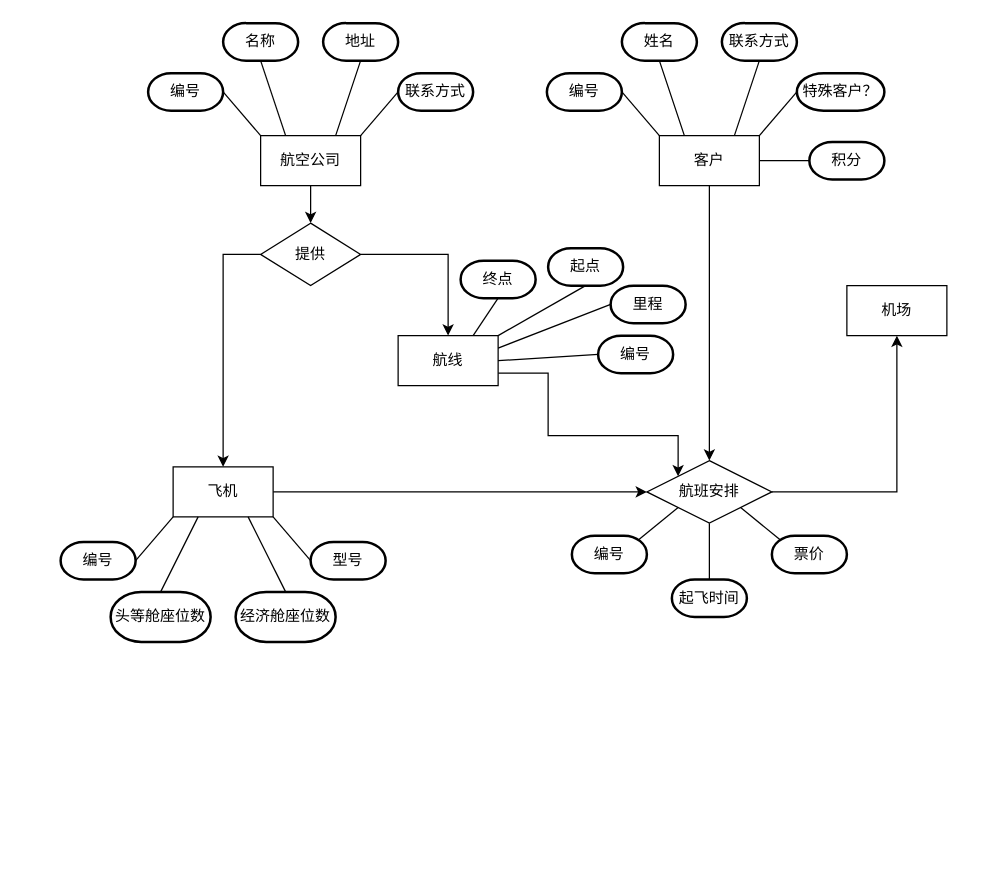
Above: Untitled Diagram.drawio in Geyiqing/hello-world (draw.io), before the change. Source tidied: cells renumbered, new cells numbered last; positions are measured from the earlier drawing's top-left corner, leaving out a move shared by most shapes. Both pictures are drawn from the tidied source at 125%, with x=0, y=0 at pixel (60, 22).
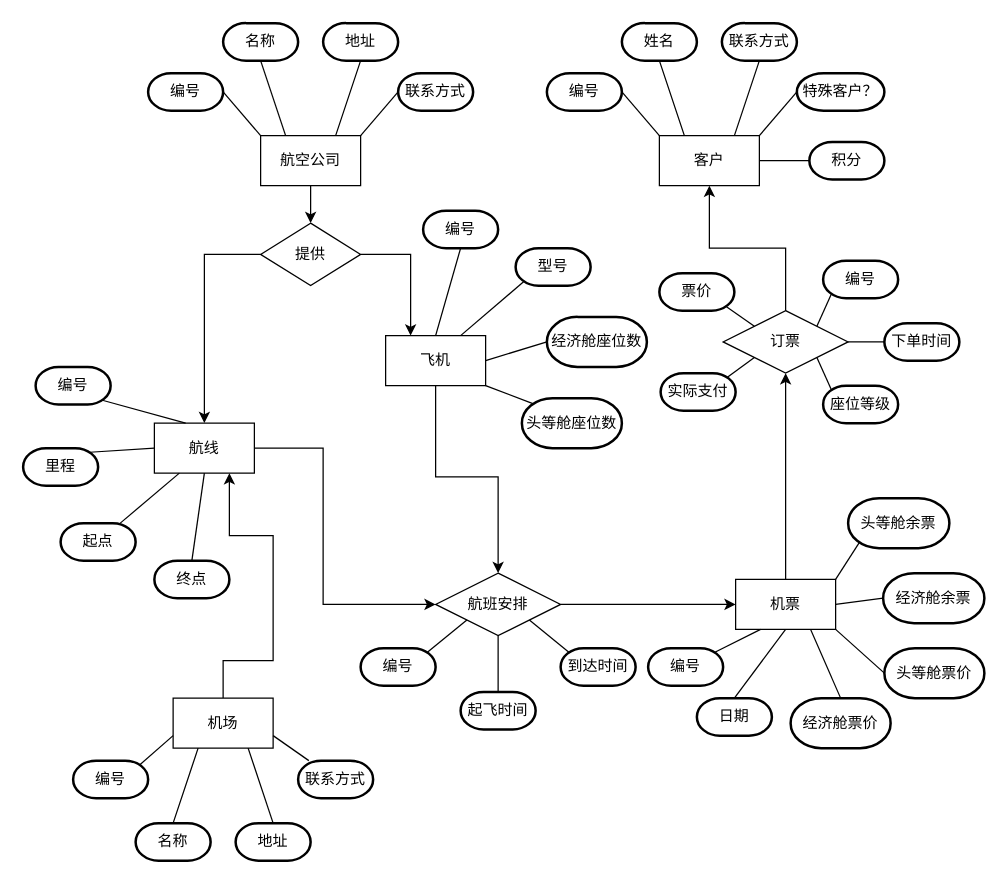
The same page after the edit.

Unchanged cells that the change refers to:
```xml
<mxCell id="7" value="客户" style="rounded=0;whiteSpace=wrap;html=1;" parent="1" vertex="1">
  <mxGeometry x="479" y="90" width="80" height="40" as="geometry" />
</mxCell>
<mxCell id="43" value="提供" style="rhombus;whiteSpace=wrap;html=1;" parent="1" vertex="1">
  <mxGeometry x="160" y="160" width="80" height="50" as="geometry" />
</mxCell>
```

Diff of the diagram source:
```diff
@@
-    <mxCell id="4" style="edgeStyle=orthogonalEdgeStyle;rounded=0;jettySize=auto;html=1;exitX=1;exitY=0.5;exitDx=0;exitDy=0;entryX=0;entryY=0.5;entryDx=0;entryDy=0;" parent="1" edge="1" source="5" target="45">
-      <mxGeometry relative="1" as="geometry" />
+    <mxCell id="4" style="edgeStyle=orthogonalEdgeStyle;rounded=0;jettySize=auto;html=1;exitX=0.5;exitY=1;exitDx=0;exitDy=0;entryX=0.5;entryY=0;entryDx=0;entryDy=0;" parent="1" edge="1" source="5" target="45">
+      <mxGeometry relative="1" as="geometry">
+        <Array as="points">
+          <mxPoint x="300" y="363" />
+          <mxPoint x="350" y="363" />
+        </Array>
+      </mxGeometry>
     </mxCell>
     <mxCell id="5" value="飞机" style="rounded=0;whiteSpace=wrap;html=1;" parent="1" vertex="1">
-      <mxGeometry x="90" y="355" width="80" height="40" as="geometry" />
+      <mxGeometry x="260" y="250" width="80" height="40" as="geometry" />
     </mxCell>
-    <mxCell id="6" style="edgeStyle=orthogonalEdgeStyle;rounded=0;jettySize=auto;html=1;exitX=0.5;exitY=1;exitDx=0;exitDy=0;entryX=0.5;entryY=0;entryDx=0;entryDy=0;" parent="1" edge="1" source="7" target="45">
-      <mxGeometry relative="1" as="geometry" />
-    </mxCell>
@@
-    <mxCell id="8" style="edgeStyle=orthogonalEdgeStyle;rounded=0;jettySize=auto;html=1;exitX=1;exitY=0.75;exitDx=0;exitDy=0;entryX=0;entryY=0;entryDx=0;entryDy=0;" parent="1" edge="1" source="9" target="45">
+    <mxCell id="8" style="edgeStyle=orthogonalEdgeStyle;rounded=0;jettySize=auto;html=1;exitX=1;exitY=0.5;exitDx=0;exitDy=0;entryX=0;entryY=0.5;entryDx=0;entryDy=0;" parent="1" edge="1" source="9" target="45">
       <mxGeometry relative="1" as="geometry">
         <Array as="points">
-          <mxPoint x="390" y="280" />
-          <mxPoint x="390" y="330" />
-          <mxPoint x="494" y="330" />
+          <mxPoint x="210" y="340" />
+          <mxPoint x="210" y="465" />
         </Array>
       </mxGeometry>
     </mxCell>
     <mxCell id="9" value="航线" style="rounded=0;whiteSpace=wrap;html=1;" parent="1" vertex="1">
-      <mxGeometry x="270" y="250" width="80" height="40" as="geometry" />
+      <mxGeometry x="75" y="320" width="80" height="40" as="geometry" />
     </mxCell>
+    <mxCell id="56" style="edgeStyle=orthogonalEdgeStyle;rounded=0;jettySize=auto;html=1;exitX=0.5;exitY=0;exitDx=0;exitDy=0;entryX=0.75;entryY=1;entryDx=0;entryDy=0;" parent="1" edge="1" source="10" target="9">
+      <mxGeometry relative="1" as="geometry">
+        <Array as="points">
+          <mxPoint x="130" y="510" />
+          <mxPoint x="170" y="510" />
+          <mxPoint x="170" y="410" />
+          <mxPoint x="135" y="410" />
+        </Array>
+      </mxGeometry>
+    </mxCell>
     <mxCell id="10" value="机场" style="rounded=0;whiteSpace=wrap;html=1;" parent="1" vertex="1">
-      <mxGeometry x="629" y="210" width="80" height="40" as="geometry" />
+      <mxGeometry x="90" y="540" width="80" height="40" as="geometry" />
     </mxCell>
@@
     <mxCell id="13" value="编号" style="strokeWidth=2;html=1;shape=mxgraph.flowchart.terminator;whiteSpace=wrap;" parent="1" vertex="1">
-      <mxGeometry y="415" width="60" height="30" as="geometry" />
+      <mxGeometry x="290" y="150" width="60" height="30" as="geometry" />
     </mxCell>
     <mxCell id="14" value="编号" style="strokeWidth=2;html=1;shape=mxgraph.flowchart.terminator;whiteSpace=wrap;" parent="1" vertex="1">
-      <mxGeometry x="430" y="250" width="60" height="30" as="geometry" />
+      <mxGeometry x="-20" y="275" width="60" height="30" as="geometry" />
     </mxCell>
@@
     <mxCell id="31" value="型号" style="strokeWidth=2;html=1;shape=mxgraph.flowchart.terminator;whiteSpace=wrap;" parent="1" vertex="1">
-      <mxGeometry x="200" y="415" width="60" height="30" as="geometry" />
+      <mxGeometry x="364" y="180" width="60" height="30" as="geometry" />
     </mxCell>
     <mxCell id="32" value="头等舱座位数" style="strokeWidth=2;html=1;shape=mxgraph.flowchart.terminator;whiteSpace=wrap;" parent="1" vertex="1">
-      <mxGeometry x="40" y="455" width="80" height="40" as="geometry" />
+      <mxGeometry x="369" y="300" width="80" height="40" as="geometry" />
     </mxCell>
     <mxCell id="33" value="经济舱座位数" style="strokeWidth=2;html=1;shape=mxgraph.flowchart.terminator;whiteSpace=wrap;" parent="1" vertex="1">
-      <mxGeometry x="140" y="455" width="80" height="40" as="geometry" />
+      <mxGeometry x="389" y="235" width="80" height="40" as="geometry" />
     </mxCell>
-    <mxCell id="34" style="endArrow=none;html=1;entryX=0;entryY=1;entryDx=0;entryDy=0;exitX=1;exitY=0.5;exitDx=0;exitDy=0;exitPerimeter=0;" parent="1" edge="1" source="13" target="5">
+    <mxCell id="34" style="endArrow=none;html=1;entryX=0.5;entryY=0;entryDx=0;entryDy=0;exitX=0.5;exitY=1;exitDx=0;exitDy=0;exitPerimeter=0;" parent="1" edge="1" source="13" target="5">
       <mxGeometry relative="1" as="geometry" />
     </mxCell>
-    <mxCell id="35" style="endArrow=none;html=1;exitX=0.5;exitY=0;exitDx=0;exitDy=0;exitPerimeter=0;entryX=0.25;entryY=1;entryDx=0;entryDy=0;" parent="1" edge="1" source="32" target="5">
+    <mxCell id="35" style="endArrow=none;html=1;exitX=0.11;exitY=0.11;exitDx=0;exitDy=0;exitPerimeter=0;entryX=1;entryY=1;entryDx=0;entryDy=0;" parent="1" edge="1" source="32" target="5">
       <mxGeometry relative="1" as="geometry" />
     </mxCell>
-    <mxCell id="36" style="endArrow=none;html=1;exitX=0.5;exitY=0;exitDx=0;exitDy=0;exitPerimeter=0;entryX=0.75;entryY=1;entryDx=0;entryDy=0;" parent="1" edge="1" source="33" target="5">
+    <mxCell id="36" style="endArrow=none;html=1;exitX=0;exitY=0.5;exitDx=0;exitDy=0;exitPerimeter=0;entryX=1;entryY=0.5;entryDx=0;entryDy=0;" parent="1" edge="1" source="33" target="5">
       <mxGeometry relative="1" as="geometry" />
     </mxCell>
-    <mxCell id="37" style="endArrow=none;html=1;exitX=0;exitY=0.5;exitDx=0;exitDy=0;exitPerimeter=0;entryX=1;entryY=1;entryDx=0;entryDy=0;" parent="1" edge="1" source="31" target="5">
+    <mxCell id="37" style="endArrow=none;html=1;exitX=0.11;exitY=0.89;exitDx=0;exitDy=0;exitPerimeter=0;entryX=0.75;entryY=0;entryDx=0;entryDy=0;" parent="1" edge="1" source="31" target="5">
       <mxGeometry relative="1" as="geometry" />
     </mxCell>
     <mxCell id="38" value="里程" style="strokeWidth=2;html=1;shape=mxgraph.flowchart.terminator;whiteSpace=wrap;" parent="1" vertex="1">
-      <mxGeometry x="440" y="210" width="60" height="30" as="geometry" />
+      <mxGeometry x="-30" y="340" width="60" height="30" as="geometry" />
     </mxCell>
     <mxCell id="39" value="起点" style="strokeWidth=2;html=1;shape=mxgraph.flowchart.terminator;whiteSpace=wrap;" parent="1" vertex="1">
-      <mxGeometry x="390" y="180" width="60" height="30" as="geometry" />
+      <mxGeometry y="400" width="60" height="30" as="geometry" />
     </mxCell>
     <mxCell id="40" value="终点" style="strokeWidth=2;html=1;shape=mxgraph.flowchart.terminator;whiteSpace=wrap;" parent="1" vertex="1">
-      <mxGeometry x="320" y="190" width="60" height="30" as="geometry" />
+      <mxGeometry x="75" y="430" width="60" height="30" as="geometry" />
     </mxCell>
+    <mxCell id="42" style="edgeStyle=orthogonalEdgeStyle;rounded=0;jettySize=auto;html=1;exitX=1;exitY=0.5;exitDx=0;exitDy=0;entryX=0.25;entryY=0;entryDx=0;entryDy=0;" parent="1" edge="1" source="43" target="5">
+      <mxGeometry relative="1" as="geometry" />
+    </mxCell>
-    <mxCell id="41" style="edgeStyle=orthogonalEdgeStyle;rounded=0;jettySize=auto;html=1;exitX=1;exitY=0.5;exitDx=0;exitDy=0;entryX=0.5;entryY=0;entryDx=0;entryDy=0;" parent="1" edge="1" source="43" target="9">
+    <mxCell id="41" style="edgeStyle=orthogonalEdgeStyle;rounded=0;jettySize=auto;html=1;exitX=0;exitY=0.5;exitDx=0;exitDy=0;" parent="1" edge="1" source="43" target="9">
       <mxGeometry relative="1" as="geometry" />
     </mxCell>
-    <mxCell id="42" style="edgeStyle=orthogonalEdgeStyle;rounded=0;jettySize=auto;html=1;exitX=0;exitY=0.5;exitDx=0;exitDy=0;" parent="1" edge="1" source="43" target="5">
-      <mxGeometry relative="1" as="geometry" />
-    </mxCell>
@@
-    <mxCell id="44" style="edgeStyle=orthogonalEdgeStyle;rounded=0;jettySize=auto;html=1;exitX=1;exitY=0.5;exitDx=0;exitDy=0;entryX=0.5;entryY=1;entryDx=0;entryDy=0;" parent="1" edge="1" source="45" target="10">
-      <mxGeometry relative="1" as="geometry" />
-    </mxCell>
+    <mxCell id="57" style="edgeStyle=orthogonalEdgeStyle;rounded=0;jettySize=auto;html=1;exitX=1;exitY=0.5;exitDx=0;exitDy=0;entryX=0;entryY=0.5;entryDx=0;entryDy=0;" parent="1" edge="1" source="45" target="61">
+      <mxGeometry relative="1" as="geometry" />
+    </mxCell>
     <mxCell id="45" value="航班安排" style="rhombus;whiteSpace=wrap;html=1;" parent="1" vertex="1">
-      <mxGeometry x="469" y="350" width="100" height="50" as="geometry" />
+      <mxGeometry x="300" y="440" width="100" height="50" as="geometry" />
     </mxCell>
-    <mxCell id="46" style="endArrow=none;html=1;exitX=0.75;exitY=0;exitDx=0;exitDy=0;entryX=0.5;entryY=1;entryDx=0;entryDy=0;entryPerimeter=0;" parent="1" edge="1" source="9" target="40">
+    <mxCell id="46" style="endArrow=none;html=1;exitX=0.5;exitY=1;exitDx=0;exitDy=0;entryX=0.5;entryY=0;entryDx=0;entryDy=0;entryPerimeter=0;" parent="1" edge="1" source="9" target="40">
       <mxGeometry relative="1" as="geometry" />
     </mxCell>
-    <mxCell id="47" style="endArrow=none;html=1;exitX=1;exitY=0;exitDx=0;exitDy=0;entryX=0.5;entryY=1;entryDx=0;entryDy=0;entryPerimeter=0;" parent="1" edge="1" source="9" target="39">
+    <mxCell id="47" style="endArrow=none;html=1;exitX=0.25;exitY=1;exitDx=0;exitDy=0;" parent="1" edge="1" source="9" target="39">
       <mxGeometry relative="1" as="geometry" />
     </mxCell>
-    <mxCell id="48" style="endArrow=none;html=1;entryX=0;entryY=0.5;entryDx=0;entryDy=0;entryPerimeter=0;exitX=1;exitY=0.25;exitDx=0;exitDy=0;" parent="1" edge="1" source="9" target="38">
+    <mxCell id="48" style="endArrow=none;html=1;entryX=0.89;entryY=0.11;entryDx=0;entryDy=0;entryPerimeter=0;exitX=0;exitY=0.5;exitDx=0;exitDy=0;" parent="1" edge="1" source="9" target="38">
       <mxGeometry relative="1" as="geometry" />
     </mxCell>
-    <mxCell id="49" style="endArrow=none;html=1;exitX=1;exitY=0.5;exitDx=0;exitDy=0;entryX=0;entryY=0.5;entryDx=0;entryDy=0;entryPerimeter=0;" parent="1" edge="1" source="9" target="14">
-      <mxGeometry relative="1" as="geometry" />
+    <mxCell id="49" style="endArrow=none;html=1;entryX=0.89;entryY=0.89;entryDx=0;entryDy=0;entryPerimeter=0;" parent="1" edge="1" target="14">
+      <mxGeometry relative="1" as="geometry">
+        <mxPoint x="100" y="320" as="sourcePoint" />
+      </mxGeometry>
     </mxCell>
     <mxCell id="50" value="起飞时间" style="strokeWidth=2;html=1;shape=mxgraph.flowchart.terminator;whiteSpace=wrap;" parent="1" vertex="1">
-      <mxGeometry x="489" y="445" width="60" height="30" as="geometry" />
+      <mxGeometry x="320" y="535" width="60" height="30" as="geometry" />
     </mxCell>
-    <mxCell id="51" value="票价" style="strokeWidth=2;html=1;shape=mxgraph.flowchart.terminator;whiteSpace=wrap;" parent="1" vertex="1">
-      <mxGeometry x="569" y="410" width="60" height="30" as="geometry" />
-    </mxCell>
     <mxCell id="52" value="编号" style="strokeWidth=2;html=1;shape=mxgraph.flowchart.terminator;whiteSpace=wrap;" parent="1" vertex="1">
-      <mxGeometry x="409" y="410" width="60" height="30" as="geometry" />
+      <mxGeometry x="240" y="500" width="60" height="30" as="geometry" />
     </mxCell>
@@
-    <mxCell id="55" style="endArrow=none;html=1;exitX=0.11;exitY=0.11;exitDx=0;exitDy=0;exitPerimeter=0;entryX=1;entryY=1;entryDx=0;entryDy=0;" parent="1" edge="1" source="51" target="45">
-      <mxGeometry relative="1" as="geometry" />
-    </mxCell>
+    <mxCell id="58" value="到达时间" style="strokeWidth=2;html=1;shape=mxgraph.flowchart.terminator;whiteSpace=wrap;" parent="1" vertex="1">
+      <mxGeometry x="400" y="500" width="60" height="30" as="geometry" />
+    </mxCell>
+    <mxCell id="59" style="endArrow=none;html=1;exitX=0.11;exitY=0.11;exitDx=0;exitDy=0;exitPerimeter=0;entryX=1;entryY=1;entryDx=0;entryDy=0;" parent="1" edge="1" source="58" target="45">
+      <mxGeometry relative="1" as="geometry" />
+    </mxCell>
+    <mxCell id="60" style="edgeStyle=orthogonalEdgeStyle;rounded=0;jettySize=auto;html=1;exitX=0.5;exitY=0;exitDx=0;exitDy=0;entryX=0.5;entryY=1;entryDx=0;entryDy=0;" parent="1" edge="1" source="61" target="63">
+      <mxGeometry relative="1" as="geometry" />
+    </mxCell>
+    <mxCell id="61" value="机票" style="rounded=0;whiteSpace=wrap;html=1;" parent="1" vertex="1">
+      <mxGeometry x="540" y="445" width="80" height="40" as="geometry" />
+    </mxCell>
+    <mxCell id="62" style="edgeStyle=orthogonalEdgeStyle;rounded=0;jettySize=auto;html=1;exitX=0.5;exitY=0;exitDx=0;exitDy=0;entryX=0.5;entryY=1;entryDx=0;entryDy=0;" parent="1" edge="1" source="63" target="7">
+      <mxGeometry relative="1" as="geometry" />
+    </mxCell>
+    <mxCell id="63" value="订票" style="rhombus;whiteSpace=wrap;html=1;" parent="1" vertex="1">
+      <mxGeometry x="530" y="230" width="100" height="50" as="geometry" />
+    </mxCell>
+    <mxCell id="64" value="日期" style="strokeWidth=2;html=1;shape=mxgraph.flowchart.terminator;whiteSpace=wrap;" parent="1" vertex="1">
+      <mxGeometry x="509" y="540" width="60" height="30" as="geometry" />
+    </mxCell>
+    <mxCell id="65" value="编号" style="strokeWidth=2;html=1;shape=mxgraph.flowchart.terminator;whiteSpace=wrap;" parent="1" vertex="1">
+      <mxGeometry x="470" y="500" width="60" height="30" as="geometry" />
+    </mxCell>
+    <mxCell id="66" value="经济舱余票" style="strokeWidth=2;html=1;shape=mxgraph.flowchart.terminator;whiteSpace=wrap;" parent="1" vertex="1">
+      <mxGeometry x="658" y="440" width="81" height="40" as="geometry" />
+    </mxCell>
+    <mxCell id="67" value="头等舱余票" style="strokeWidth=2;html=1;shape=mxgraph.flowchart.terminator;whiteSpace=wrap;" parent="1" vertex="1">
+      <mxGeometry x="630" y="380" width="81" height="40" as="geometry" />
+    </mxCell>
+    <mxCell id="68" value="经济舱票价" style="strokeWidth=2;html=1;shape=mxgraph.flowchart.terminator;whiteSpace=wrap;" parent="1" vertex="1">
+      <mxGeometry x="584" y="540" width="80" height="40" as="geometry" />
+    </mxCell>
+    <mxCell id="69" value="头等舱票价" style="strokeWidth=2;html=1;shape=mxgraph.flowchart.terminator;whiteSpace=wrap;" parent="1" vertex="1">
+      <mxGeometry x="659" y="500" width="80" height="40" as="geometry" />
+    </mxCell>
+    <mxCell id="70" style="endArrow=none;html=1;exitX=0.89;exitY=0.11;exitDx=0;exitDy=0;exitPerimeter=0;entryX=0.25;entryY=1;entryDx=0;entryDy=0;" parent="1" edge="1" source="65" target="61">
+      <mxGeometry relative="1" as="geometry" />
+    </mxCell>
+    <mxCell id="71" style="endArrow=none;html=1;exitX=0.5;exitY=1;exitDx=0;exitDy=0;entryX=0.5;entryY=0;entryDx=0;entryDy=0;entryPerimeter=0;" parent="1" edge="1" source="61" target="64">
+      <mxGeometry relative="1" as="geometry" />
+    </mxCell>
+    <mxCell id="72" style="endArrow=none;html=1;exitX=0.75;exitY=1;exitDx=0;exitDy=0;entryX=0.5;entryY=0;entryDx=0;entryDy=0;entryPerimeter=0;" parent="1" edge="1" source="61" target="68">
+      <mxGeometry relative="1" as="geometry" />
+    </mxCell>
+    <mxCell id="73" style="endArrow=none;html=1;exitX=1;exitY=1;exitDx=0;exitDy=0;entryX=0;entryY=0.5;entryDx=0;entryDy=0;entryPerimeter=0;" parent="1" edge="1" source="61" target="69">
+      <mxGeometry relative="1" as="geometry" />
+    </mxCell>
+    <mxCell id="74" style="endArrow=none;html=1;exitX=0;exitY=0.5;exitDx=0;exitDy=0;exitPerimeter=0;entryX=1;entryY=0.5;entryDx=0;entryDy=0;" parent="1" edge="1" source="66" target="61">
+      <mxGeometry relative="1" as="geometry" />
+    </mxCell>
+    <mxCell id="75" style="endArrow=none;html=1;exitX=0.11;exitY=0.89;exitDx=0;exitDy=0;exitPerimeter=0;entryX=1;entryY=0;entryDx=0;entryDy=0;" parent="1" edge="1" source="67" target="61">
+      <mxGeometry relative="1" as="geometry" />
+    </mxCell>
+    <mxCell id="76" value="编号" style="strokeWidth=2;html=1;shape=mxgraph.flowchart.terminator;whiteSpace=wrap;" parent="1" vertex="1">
+      <mxGeometry x="610" y="190" width="60" height="30" as="geometry" />
+    </mxCell>
+    <mxCell id="77" value="下单时间" style="strokeWidth=2;html=1;shape=mxgraph.flowchart.terminator;whiteSpace=wrap;" parent="1" vertex="1">
+      <mxGeometry x="659" y="240" width="60" height="30" as="geometry" />
+    </mxCell>
+    <mxCell id="78" value="座位等级" style="strokeWidth=2;html=1;shape=mxgraph.flowchart.terminator;whiteSpace=wrap;" parent="1" vertex="1">
+      <mxGeometry x="610" y="290" width="60" height="30" as="geometry" />
+    </mxCell>
+    <mxCell id="51" value="票价" style="strokeWidth=2;html=1;shape=mxgraph.flowchart.terminator;whiteSpace=wrap;" parent="1" vertex="1">
+      <mxGeometry x="479" y="200" width="60" height="30" as="geometry" />
+    </mxCell>
+    <mxCell id="79" value="实际支付" style="strokeWidth=2;html=1;shape=mxgraph.flowchart.terminator;whiteSpace=wrap;" parent="1" vertex="1">
+      <mxGeometry x="480" y="280" width="60" height="30" as="geometry" />
+    </mxCell>
+    <mxCell id="80" style="endArrow=none;html=1;exitX=1;exitY=0;exitDx=0;exitDy=0;entryX=0.11;entryY=0.89;entryDx=0;entryDy=0;entryPerimeter=0;" parent="1" edge="1" source="63" target="76">
+      <mxGeometry relative="1" as="geometry" />
+    </mxCell>
+    <mxCell id="81" style="endArrow=none;html=1;exitX=1;exitY=0.5;exitDx=0;exitDy=0;entryX=0;entryY=0.5;entryDx=0;entryDy=0;entryPerimeter=0;" parent="1" edge="1" source="63" target="77">
+      <mxGeometry relative="1" as="geometry" />
+    </mxCell>
+    <mxCell id="82" style="endArrow=none;html=1;entryX=0.11;entryY=0.11;entryDx=0;entryDy=0;entryPerimeter=0;exitX=1;exitY=1;exitDx=0;exitDy=0;" parent="1" edge="1" source="63" target="78">
+      <mxGeometry relative="1" as="geometry" />
+    </mxCell>
+    <mxCell id="83" style="endArrow=none;html=1;entryX=0;entryY=0;entryDx=0;entryDy=0;exitX=0.89;exitY=0.89;exitDx=0;exitDy=0;exitPerimeter=0;" parent="1" edge="1" source="51" target="63">
+      <mxGeometry relative="1" as="geometry" />
+    </mxCell>
+    <mxCell id="84" style="endArrow=none;html=1;entryX=0.89;entryY=0.11;entryDx=0;entryDy=0;entryPerimeter=0;exitX=0;exitY=1;exitDx=0;exitDy=0;" parent="1" edge="1" source="63" target="79">
+      <mxGeometry relative="1" as="geometry" />
+    </mxCell>
+    <mxCell id="85" value="编号" style="strokeWidth=2;html=1;shape=mxgraph.flowchart.terminator;whiteSpace=wrap;" parent="1" vertex="1">
+      <mxGeometry x="10" y="590" width="60" height="30" as="geometry" />
+    </mxCell>
+    <mxCell id="86" value="名称" style="strokeWidth=2;html=1;shape=mxgraph.flowchart.terminator;whiteSpace=wrap;" parent="1" vertex="1">
+      <mxGeometry x="60" y="640" width="60" height="30" as="geometry" />
+    </mxCell>
+    <mxCell id="87" value="地址" style="strokeWidth=2;html=1;shape=mxgraph.flowchart.terminator;whiteSpace=wrap;" parent="1" vertex="1">
+      <mxGeometry x="140" y="640" width="60" height="30" as="geometry" />
+    </mxCell>
+    <mxCell id="88" value="联系方式" style="strokeWidth=2;html=1;shape=mxgraph.flowchart.terminator;whiteSpace=wrap;" parent="1" vertex="1">
+      <mxGeometry x="190" y="590" width="60" height="30" as="geometry" />
+    </mxCell>
+    <mxCell id="89" style="endArrow=none;html=1;exitX=0.89;exitY=0.11;exitDx=0;exitDy=0;exitPerimeter=0;entryX=0;entryY=0.75;entryDx=0;entryDy=0;" parent="1" edge="1" source="85" target="10">
+      <mxGeometry relative="1" as="geometry" />
+    </mxCell>
+    <mxCell id="90" style="endArrow=none;html=1;exitX=0.5;exitY=0;exitDx=0;exitDy=0;exitPerimeter=0;entryX=0.25;entryY=1;entryDx=0;entryDy=0;" parent="1" edge="1" source="86" target="10">
+      <mxGeometry relative="1" as="geometry" />
+    </mxCell>
+    <mxCell id="91" style="endArrow=none;html=1;exitX=0.5;exitY=0;exitDx=0;exitDy=0;exitPerimeter=0;entryX=0.75;entryY=1;entryDx=0;entryDy=0;" parent="1" edge="1" source="87" target="10">
+      <mxGeometry relative="1" as="geometry" />
+    </mxCell>
+    <mxCell id="92" style="endArrow=none;html=1;entryX=1;entryY=0.75;entryDx=0;entryDy=0;" parent="1" edge="1" source="88" target="10">
+      <mxGeometry relative="1" as="geometry" />
+    </mxCell>
```
